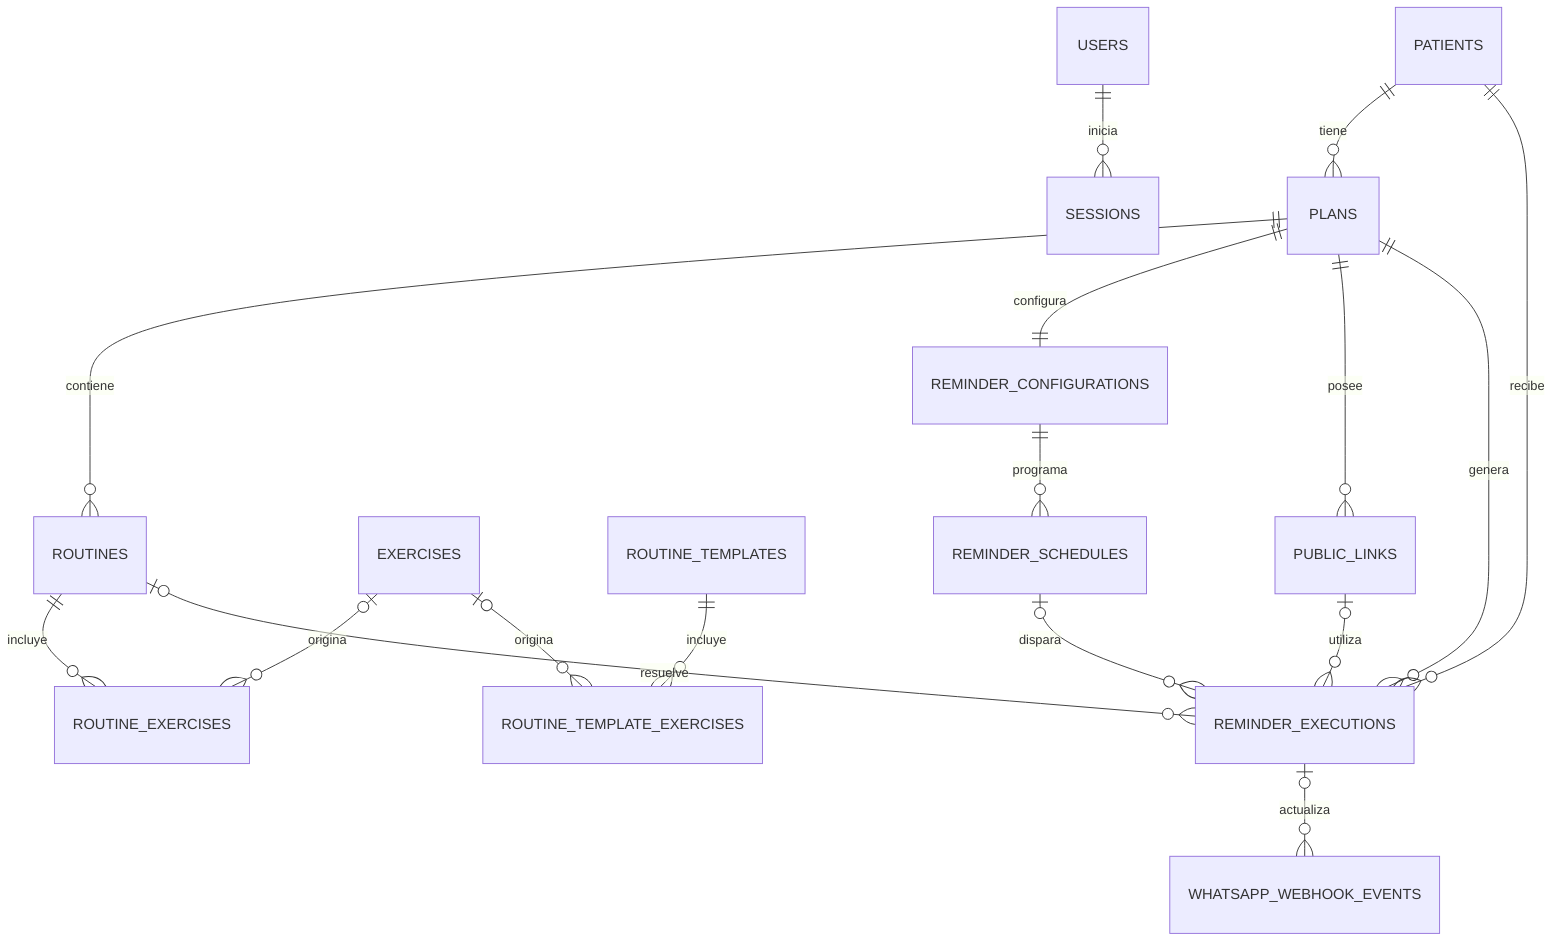
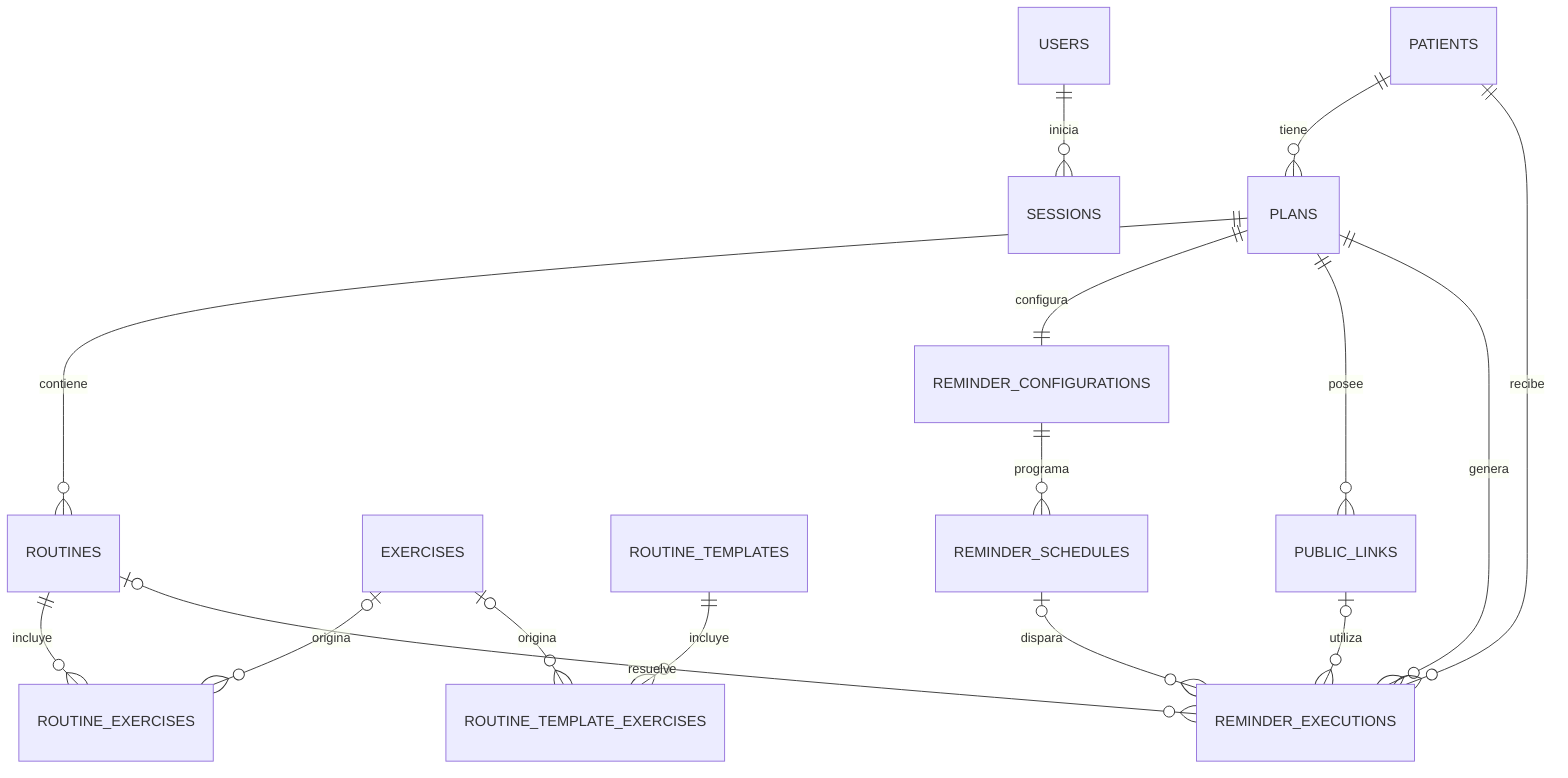
erDiagram
    USERS ||--o{ SESSIONS : "inicia"
    PATIENTS ||--o{ PLANS : "tiene"
    PLANS ||--o{ ROUTINES : "contiene"
    ROUTINES ||--o{ ROUTINE_EXERCISES : "incluye"
    EXERCISES o|--o{ ROUTINE_EXERCISES : "origina"

    ROUTINE_TEMPLATES ||--o{ ROUTINE_TEMPLATE_EXERCISES : "incluye"
    EXERCISES o|--o{ ROUTINE_TEMPLATE_EXERCISES : "origina"

    PLANS ||--|| REMINDER_CONFIGURATIONS : "configura"
    REMINDER_CONFIGURATIONS ||--o{ REMINDER_SCHEDULES : "programa"
    PLANS ||--o{ PUBLIC_LINKS : "posee"

    PLANS ||--o{ REMINDER_EXECUTIONS : "genera"
    PATIENTS ||--o{ REMINDER_EXECUTIONS : "recibe"
    REMINDER_SCHEDULES o|--o{ REMINDER_EXECUTIONS : "dispara"
    ROUTINES o|--o{ REMINDER_EXECUTIONS : "resuelve"
    PUBLIC_LINKS o|--o{ REMINDER_EXECUTIONS : "utiliza"

-     REMINDER_EXECUTIONS o|--o{ WHATSAPP_WEBHOOK_EVENTS : "actualiza"